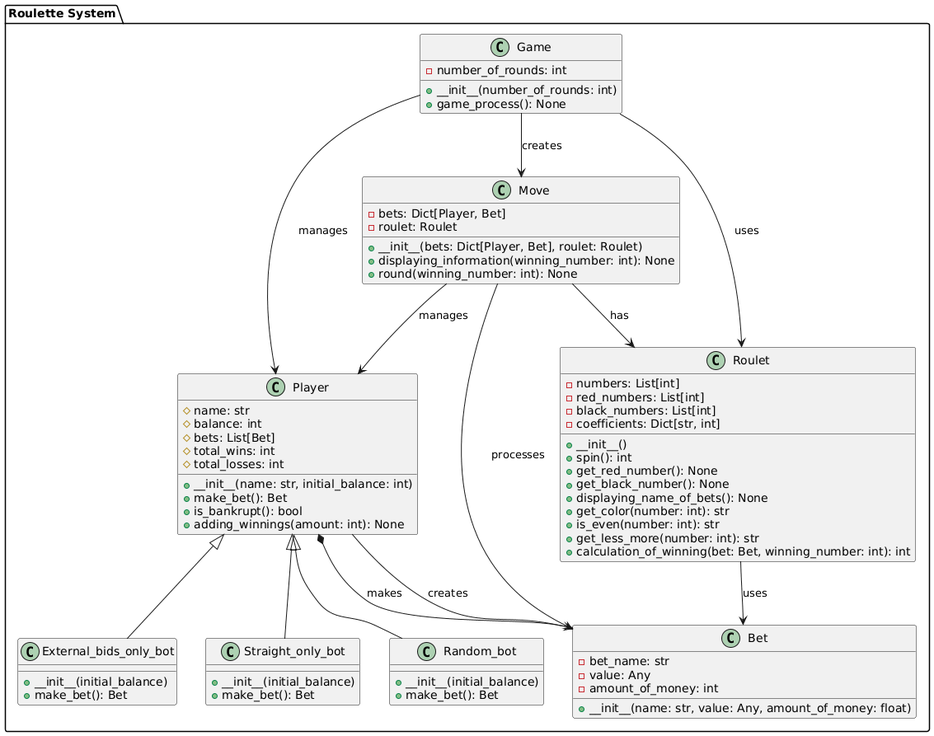
Earlier version of the PlantUML export project/Task4/Uml_diagram.png (Konstantinst128027/spbu-python-course).
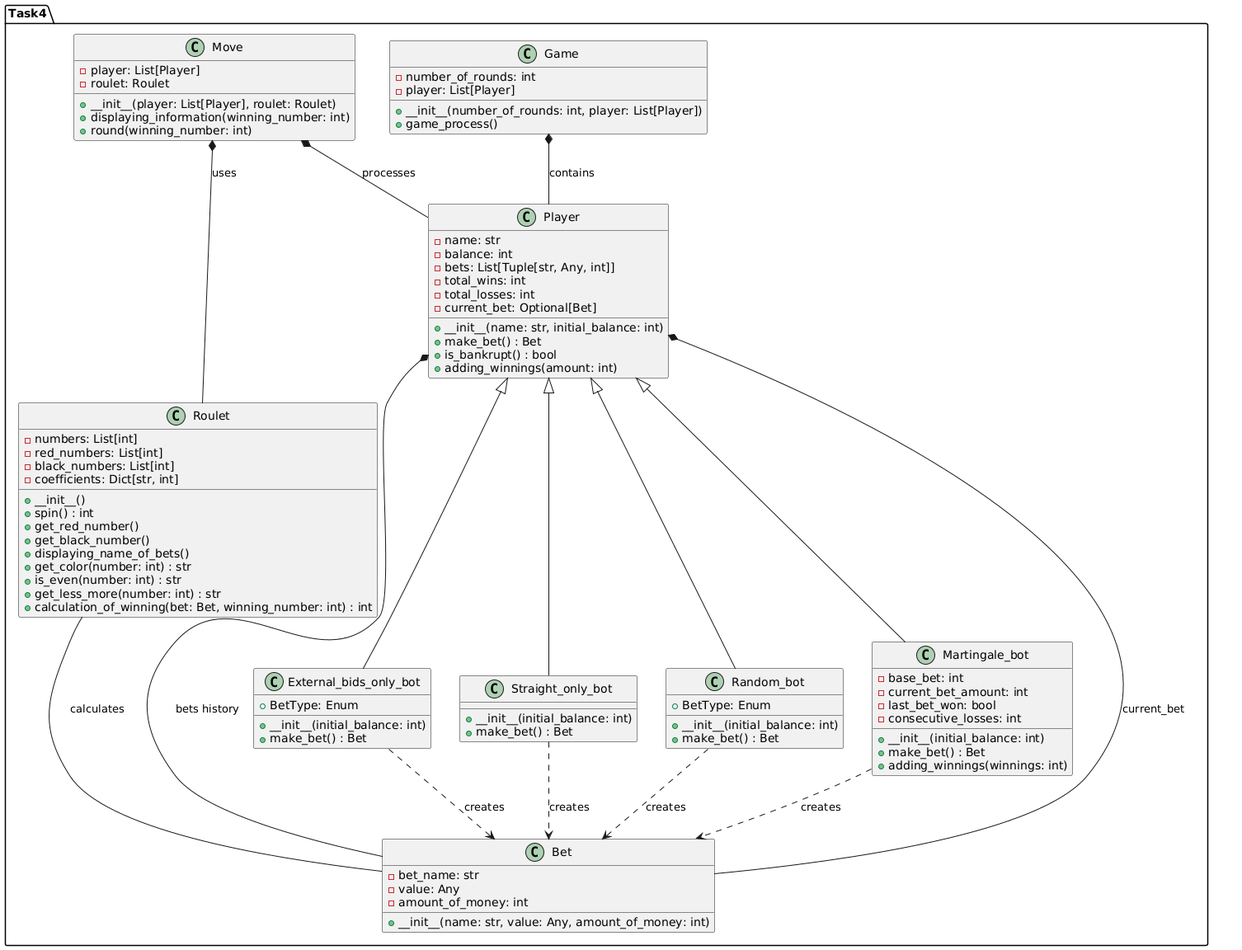
The same diagram one commit later.

Commit message:
I added correct uml_diagramm

Diff of the diagram source:
```diff
@@ -1,10 +1,23 @@
 @startuml
-package "Roulette System" {
+package "Task4" {
   class Bet {
     - bet_name: str
     - value: Any
     - amount_of_money: int
-    + __init__(name: str, value: Any, amount_of_money: float)
+    + __init__(name: str, value: Any, amount_of_money: int)
+  }
+
+  class Player {
+    - name: str
+    - balance: int
+    - bets: List[Tuple[str, Any, int]]
+    - total_wins: int
+    - total_losses: int
+    - current_bet: Optional[Bet]
+    + __init__(name: str, initial_balance: int)
+    + make_bet() : Bet
+    + is_bankrupt() : bool
+    + adding_winnings(amount: int)
   }
 
   class Roulet {
@@ -13,70 +26,73 @@
     - black_numbers: List[int]
     - coefficients: Dict[str, int]
     + __init__()
-    + spin(): int
-    + get_red_number(): None
-    + get_black_number(): None
-    + displaying_name_of_bets(): None
-    + get_color(number: int): str
-    + is_even(number: int): str
-    + get_less_more(number: int): str
-    + calculation_of_winning(bet: Bet, winning_number: int): int
-  }
-
-  class Player {
-    # name: str
-    # balance: int
-    # bets: List[Bet]
-    # total_wins: int
-    # total_losses: int
-    + __init__(name: str, initial_balance: int)
-    + make_bet(): Bet
-    + is_bankrupt(): bool
-    + adding_winnings(amount: int): None
-  }
-
-  class External_bids_only_bot {
-    + __init__(initial_balance)
-    + make_bet(): Bet
-  }
-
-  class Straight_only_bot {
-    + __init__(initial_balance)
-    + make_bet(): Bet
-  }
-
-  class Random_bot {
-    + __init__(initial_balance)
-    + make_bet(): Bet
+    + spin() : int
+    + get_red_number()
+    + get_black_number()
+    + displaying_name_of_bets()
+    + get_color(number: int) : str
+    + is_even(number: int) : str
+    + get_less_more(number: int) : str
+    + calculation_of_winning(bet: Bet, winning_number: int) : int
   }
 
   class Move {
-    - bets: Dict[Player, Bet]
+    - player: List[Player]
     - roulet: Roulet
-    + __init__(bets: Dict[Player, Bet], roulet: Roulet)
-    + displaying_information(winning_number: int): None
-    + round(winning_number: int): None
+    + __init__(player: List[Player], roulet: Roulet)
+    + displaying_information(winning_number: int)
+    + round(winning_number: int)
   }
 
   class Game {
     - number_of_rounds: int
-    + __init__(number_of_rounds: int)
-    + game_process(): None
+    - player: List[Player]
+    + __init__(number_of_rounds: int, player: List[Player])
+    + game_process()
+  }
+
+  class External_bids_only_bot {
+    + BetType: Enum
+    + __init__(initial_balance: int)
+    + make_bet() : Bet
+  }
+
+  class Straight_only_bot {
+    + __init__(initial_balance: int)
+    + make_bet() : Bet
+  }
+
+  class Random_bot {
+    + BetType: Enum
+    + __init__(initial_balance: int)
+    + make_bet() : Bet
+  }
+
+  class Martingale_bot {
+    - base_bet: int
+    - current_bet_amount: int
+    - last_bet_won: bool
+    - consecutive_losses: int
+    + __init__(initial_balance: int)
+    + make_bet() : Bet
+    + adding_winnings(winnings: int)
   }
 }
 
 Player <|-- External_bids_only_bot
 Player <|-- Straight_only_bot
 Player <|-- Random_bot
+Player <|-- Martingale_bot
 
-Roulet --> Bet : uses
-Move --> Roulet : has
-Move --> Player : manages
-Move --> Bet : processes
-Game --> Move : creates
-Game --> Player : manages
-Game --> Roulet : uses
-Player --> Bet : creates
+Game *-- Player : contains
+Move *-- Player : processes
+Move *-- Roulet : uses
+Player *-- Bet : current_bet
+Player *-- Bet : bets history
+Roulet -- Bet : calculates
 
-Player *-- Bet : makes
+External_bids_only_bot ..> Bet : creates
+Straight_only_bot ..> Bet : creates
+Random_bot ..> Bet : creates
+Martingale_bot ..> Bet : creates
 @enduml
```
